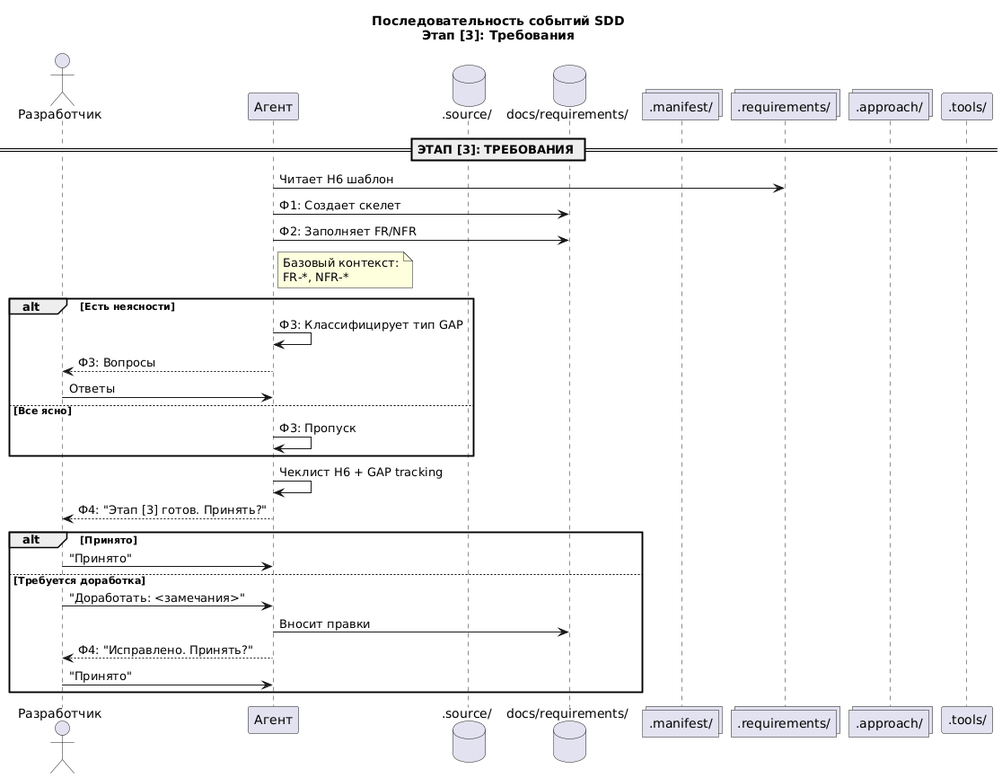
The PlantUML diagram .diagrams/SDD-Sequence-05.png in Druk83/sdd-template, before a commit.
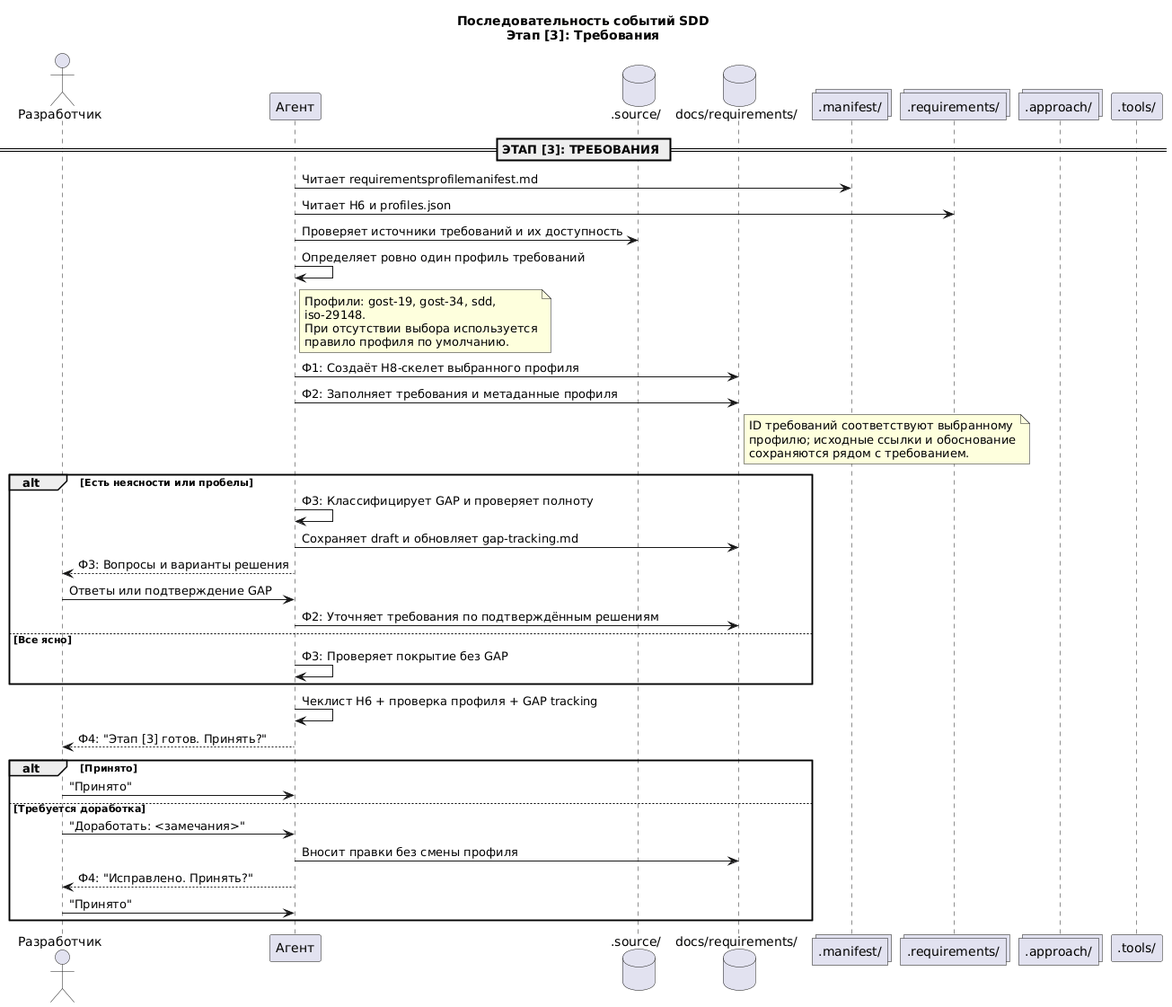
The same file after the commit.

What changed in the source:
```diff
@@ -12,24 +12,39 @@
 
     == ЭТАП [3]: ТРЕБОВАНИЯ ==
 
-    Agent -> Templates: Читает H6 шаблон
-    Agent -> Docs: Ф1: Создает скелет
-    Agent -> Docs: Ф2: Заполняет FR/NFR
-    note right of Agent: Базовый контекст:\nFR-*, NFR-*
-    alt Есть неясности
-        Agent -> Agent: Ф3: Классифицирует тип GAP
-        Agent --> Dev: Ф3: Вопросы
-        Dev -> Agent: Ответы
+    Agent -> Manifest: Читает requirementsprofilemanifest.md
+    Agent -> Templates: Читает H6 и profiles.json
+    Agent -> Source: Проверяет источники требований и их доступность
+    Agent -> Agent: Определяет ровно один профиль требований
+    note right of Agent
+    Профили: gost-19, gost-34, sdd,
+    iso-29148.
+    При отсутствии выбора используется
+    правило профиля по умолчанию.
+    end note
+    Agent -> Docs: Ф1: Создаёт H8-скелет выбранного профиля
+    Agent -> Docs: Ф2: Заполняет требования и метаданные профиля
+    note right of Docs
+    ID требований соответствуют выбранному
+    профилю; исходные ссылки и обоснование
+    сохраняются рядом с требованием.
+    end note
+    alt Есть неясности или пробелы
+        Agent -> Agent: Ф3: Классифицирует GAP и проверяет полноту
+        Agent -> Docs: Сохраняет draft и обновляет gap-tracking.md
+        Agent --> Dev: Ф3: Вопросы и варианты решения
+        Dev -> Agent: Ответы или подтверждение GAP
+        Agent -> Docs: Ф2: Уточняет требования по подтверждённым решениям
     else Все ясно
-        Agent -> Agent: Ф3: Пропуск
+        Agent -> Agent: Ф3: Проверяет покрытие без GAP
     end
-    Agent -> Agent: Чеклист H6 + GAP tracking
+    Agent -> Agent: Чеклист H6 + проверка профиля + GAP tracking
     Agent --> Dev: Ф4: "Этап [3] готов. Принять?"
     alt Принято
         Dev -> Agent: "Принято"
     else Требуется доработка
         Dev -> Agent: "Доработать: <замечания>"
-        Agent -> Docs: Вносит правки
+        Agent -> Docs: Вносит правки без смены профиля
         Agent --> Dev: Ф4: "Исправлено. Принять?"
         Dev -> Agent: "Принято"
     end
```
